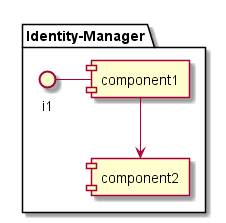
The PlantUML diagram docs/Solution/Identity-Manager/Physical.png in CAADE/C3, before a commit. The source it was exported from:
```plantuml
@startuml

package "Identity-Manager" {
component component1
component component2
interface i1

}
i1 - component1
component1 --> component2
@enduml
```
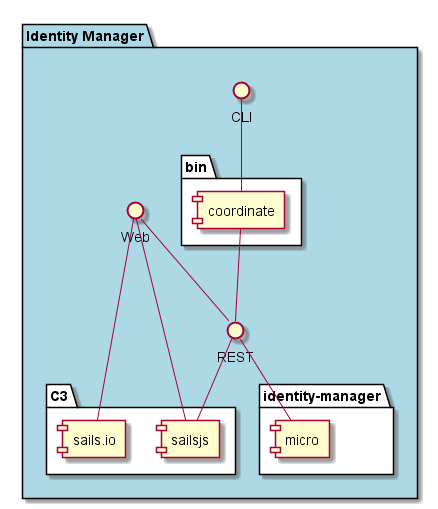
After the commit.

The edit, as a diff of the source:
```diff
@@ -1,11 +1,27 @@
 @startuml
 
-package "Identity-Manager" {
-component component1
-component component2
-interface i1
+package "Identity Manager" #lightblue {
+    interface CLI
+    interface Web
+    interface REST
+    folder C3 #ffffff {
+        component sailsjs
+        component sails.io
+    }
+    folder bin #ffffff {
+      component coordinate
+    }
+    folder "identity-manager" #ffffff {
+        component micro as emmicro
+    }
+}
+CLI -- coordinate
+coordinate -- REST
+Web -- sailsjs
+Web -- REST
+REST -- sailsjs
 
-}
-i1 - component1
-component1 --> component2
+Web -- sails.io
+REST -- emmicro
+
 @enduml
```
